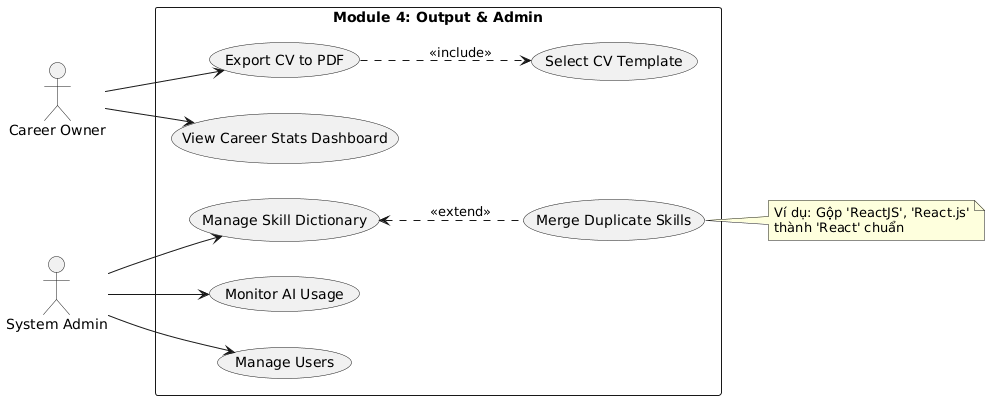
This is docs/usecase-diagram-module-output-admin.png from tanh11704/career-vault, a PlantUML export, as it was before one commit.
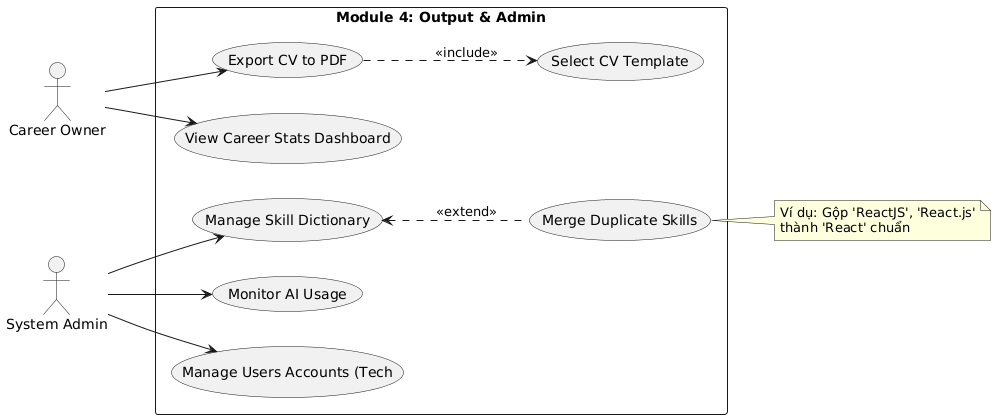
Above is the later version.

Commit message:
add use case specifications for Auditor, Authentication, Output & Admin, Time Machine, and Vault modules; update use case diagrams

What changed in the source:
```diff
@@ -13,7 +13,7 @@
     usecase "Manage Skill Dictionary" as UC_Dict
     usecase "Merge Duplicate Skills" as UC_Merge
     usecase "Monitor AI Usage" as UC_Monitor
-    usecase "Manage Users" as UC_UserMgmt
+    usecase "Manage Users Accounts (Tech" as UC_UserMgmt
 }
 
 User --> UC_Dash
```
